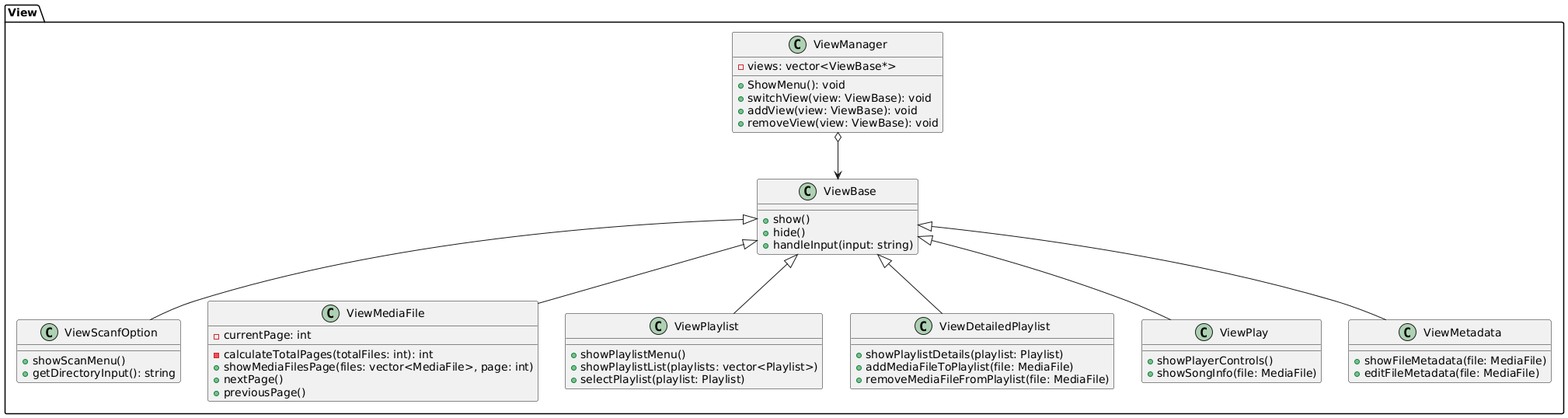
Earlier version of the PlantUML export project/Docs/view/view.png (Weizy-NTT/Spotify-rep-1-1).
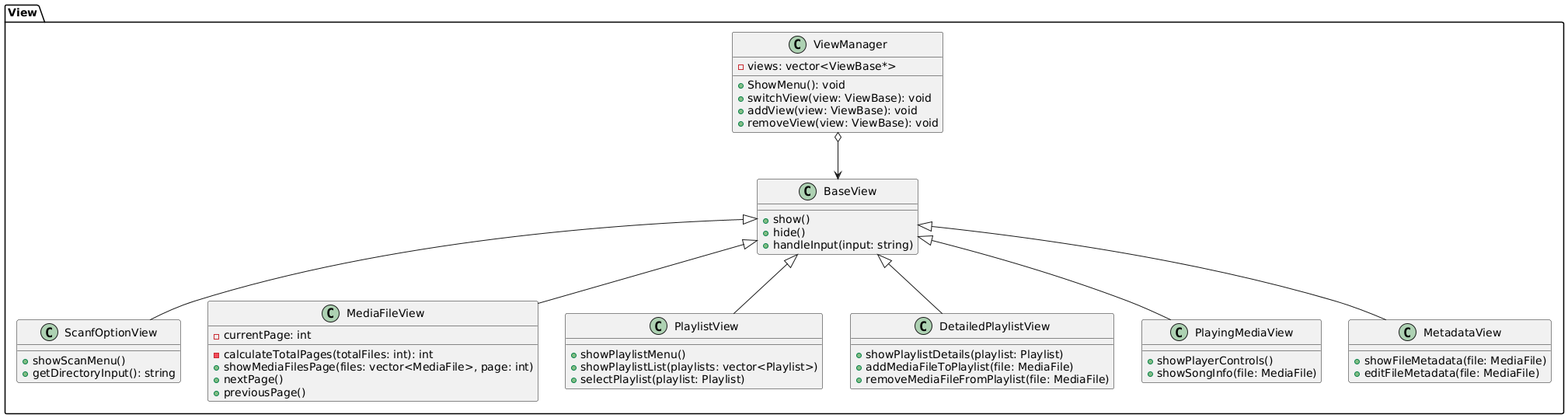
The same file after the commit.

What changed in the source:
```diff
@@ -1,17 +1,17 @@
 @startuml
 package View {
-    class ViewBase {
+    class BaseView {
         + show()
         + hide()
         + handleInput(input: string)
     }
 
-    class ViewScanfOption {
+    class ScanfOptionView {
         + showScanMenu()
         + getDirectoryInput(): string
     }
 
-    class ViewMediaFile {
+    class MediaFileView {
         - calculateTotalPages(totalFiles: int): int
         - currentPage: int
         + showMediaFilesPage(files: vector<MediaFile>, page: int)
@@ -19,24 +19,24 @@
         + previousPage()
     }
 
-    class ViewPlaylist {
+    class PlaylistView {
         + showPlaylistMenu()
         + showPlaylistList(playlists: vector<Playlist>)
         + selectPlaylist(playlist: Playlist)
     }
 
-    class ViewDetailedPlaylist {
+    class DetailedPlaylistView {
         + showPlaylistDetails(playlist: Playlist)
         + addMediaFileToPlaylist(file: MediaFile)
         + removeMediaFileFromPlaylist(file: MediaFile)
     }
 
-    class ViewPlay {
+    class PlayingMediaView {
         + showPlayerControls()
         + showSongInfo(file: MediaFile)
     }
 
-    class ViewMetadata {
+    class MetadataView {
         + showFileMetadata(file: MediaFile)
         + editFileMetadata(file: MediaFile)
     }
@@ -48,13 +48,12 @@
         + addView(view: ViewBase): void
         + removeView(view: ViewBase): void
     }
+    ViewManager o--> BaseView
+    BaseView <|-- ScanfOptionView
+    BaseView <|-- MediaFileView
+    BaseView <|-- PlaylistView
+    BaseView <|-- DetailedPlaylistView
+    BaseView <|-- PlayingMediaView
+    BaseView <|-- MetadataView
 }
-
-ViewManager o--> ViewBase
-ViewBase <|-- ViewScanfOption
-ViewBase <|-- ViewMediaFile
-ViewBase <|-- ViewPlaylist
-ViewBase <|-- ViewDetailedPlaylist
-ViewBase <|-- ViewPlay
-ViewBase <|-- ViewMetadata
 @enduml
```
